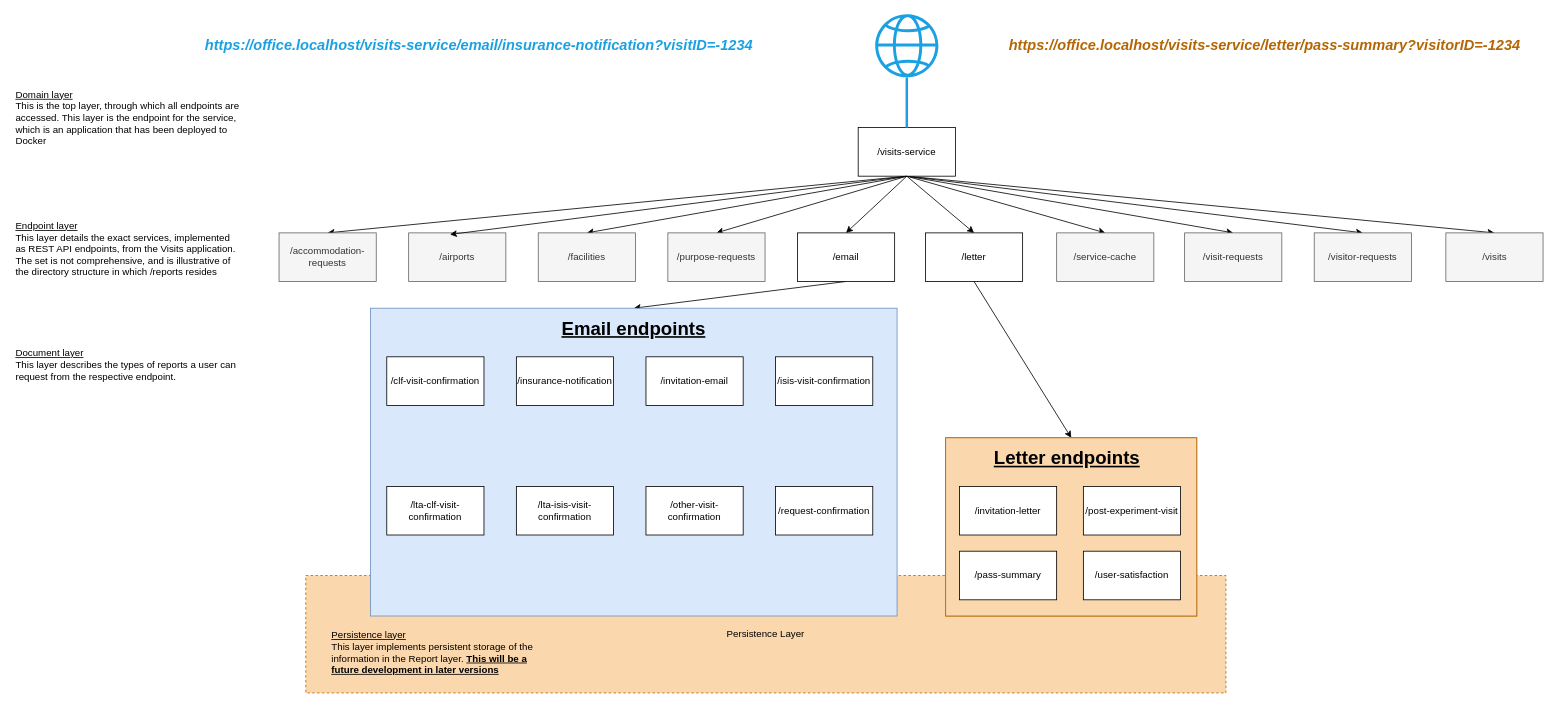
Before: Service URL hierarchy.drawio in ambolt314/FinalProjectDesign, a draw.io diagram. Source tidied: cells renumbered, new cells numbered last; positions are measured from the earlier drawing's top-left corner, leaving out a move shared by most shapes. Both pictures are drawn from the tidied source at 81%, with x=0, y=0 at pixel (14, 14).
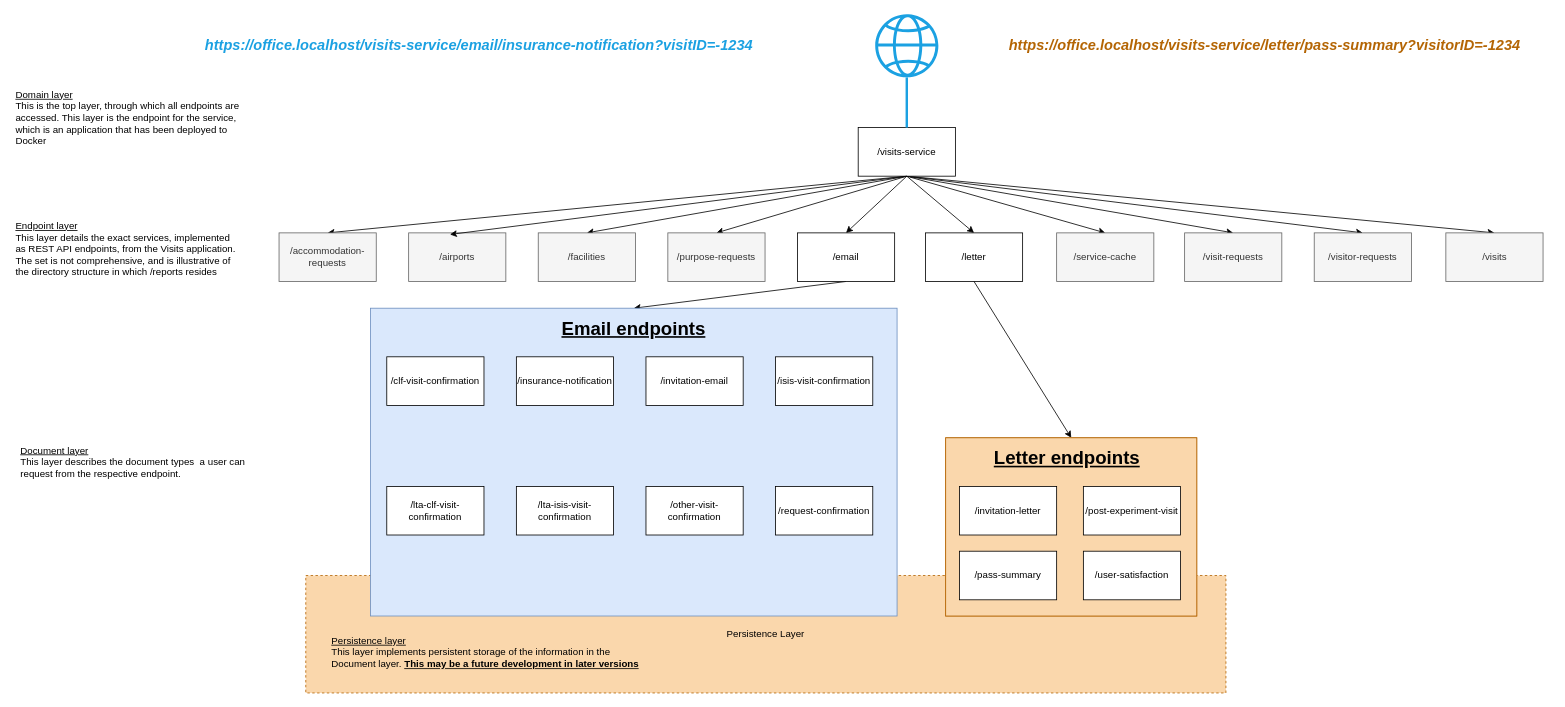
The same diagram, later.

Commit message:
Modified copy text from report to document

Change to the diagram source:
```diff
@@
-    <mxCell id="21" value="&lt;u&gt;Document layer&lt;br&gt;&lt;/u&gt;&lt;div align=&quot;left&quot;&gt;This layer describes the types of reports a user can request from the respective endpoint.&lt;br&gt;&lt;/div&gt;" style="text;html=1;align=left;verticalAlign=middle;whiteSpace=wrap;rounded=0;" parent="1" vertex="1">
-      <mxGeometry y="418" width="280" height="30" as="geometry" />
+    <mxCell id="21" value="&lt;u&gt;Document layer&lt;br&gt;&lt;/u&gt;&lt;div align=&quot;left&quot;&gt;This layer describes the document types&amp;nbsp; a user can request from the respective endpoint.&lt;br&gt;&lt;/div&gt;" style="text;html=1;align=left;verticalAlign=middle;whiteSpace=wrap;rounded=0;" parent="1" vertex="1">
+      <mxGeometry x="6" y="538" width="280" height="30" as="geometry" />
     </mxCell>
@@
-    <mxCell id="33" value="&lt;u&gt;Persistence layer&lt;br&gt;&lt;/u&gt;&lt;div align=&quot;left&quot;&gt;This layer implements persistent storage of the information in the Report layer. &lt;b&gt;&lt;u&gt;This will be a future development in later versions&lt;/u&gt;&lt;/b&gt;&lt;br&gt;&lt;/div&gt;" style="text;html=1;align=left;verticalAlign=middle;whiteSpace=wrap;rounded=0;" parent="1" vertex="1">
-      <mxGeometry x="390" y="773" width="280" height="30" as="geometry" />
+    <mxCell id="33" value="&lt;u&gt;Persistence layer&lt;br&gt;&lt;/u&gt;&lt;div align=&quot;left&quot;&gt;This layer implements persistent storage of the information in the Document layer. &lt;b&gt;&lt;u&gt;This may be a future development in later versions&lt;/u&gt;&lt;/b&gt;&lt;br&gt;&lt;/div&gt;" style="text;html=1;align=left;verticalAlign=middle;whiteSpace=wrap;rounded=0;" parent="1" vertex="1">
+      <mxGeometry x="390" y="773" width="396" height="30" as="geometry" />
     </mxCell>
```
